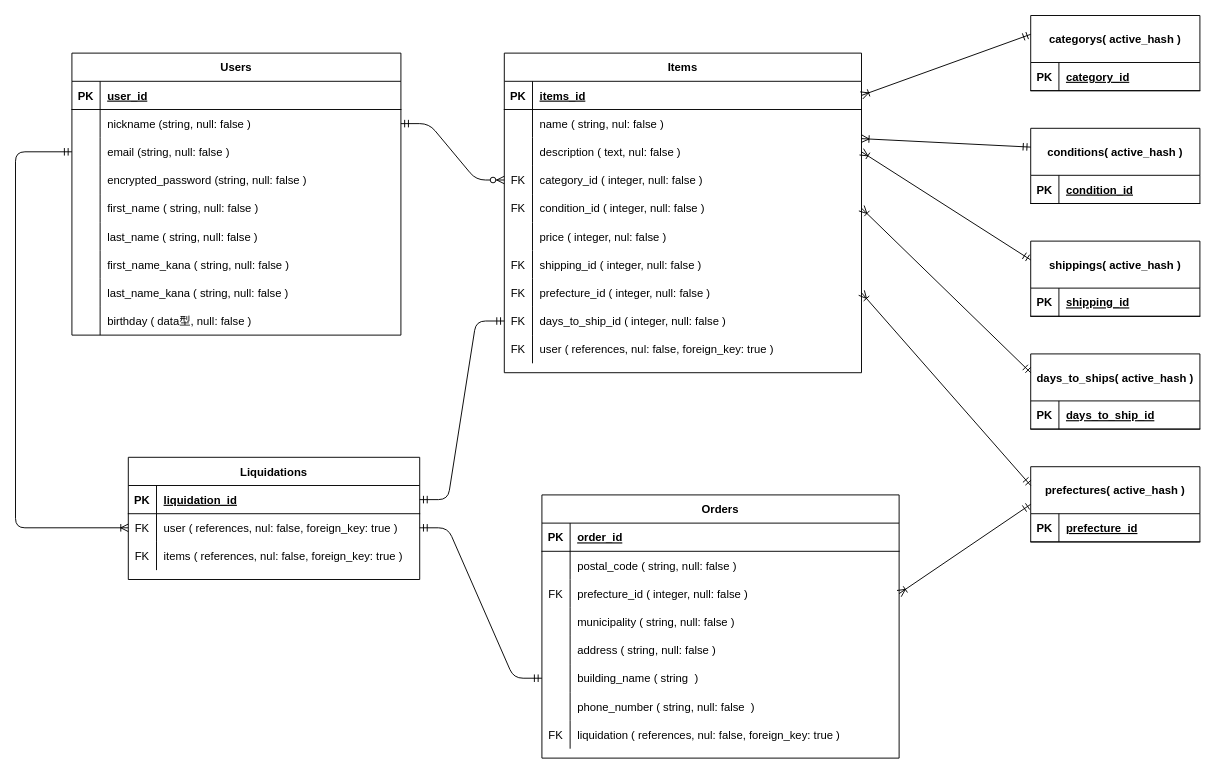
Earlier version of the draw.io diagram ER.dio (kemi-t/furima-31687). Source tidied: cells renumbered, new cells numbered last; positions are measured from the earlier drawing's top-left corner, leaving out a move shared by most shapes. Both pictures are drawn from the tidied source at 94%, with x=0, y=0 at pixel (15, 15).
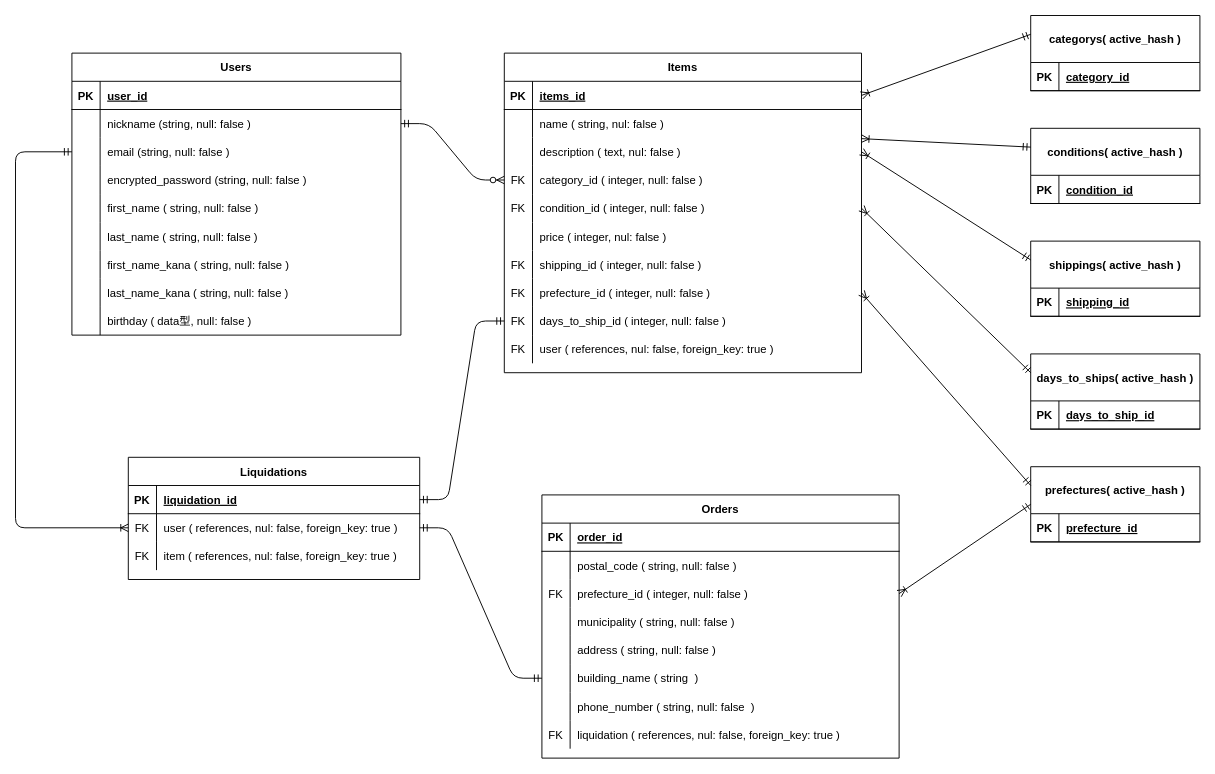
Above is the later version.

Commit message:
ER図チョイ修正

Unchanged cells that the change refers to:
```xml
<mxCell id="96" style="shape=partialRectangle;fillColor=none;top=0;left=0;bottom=0;right=0;" parent="89" vertex="1">
  <mxGeometry y="90" width="310" height="30" as="geometry" />
</mxCell>
```

Change to the diagram source:
```diff
@@
-    <mxCell id="98" value="items ( references, nul: false, foreign_key: true )" style="shape=partialRectangle;fillColor=none;top=0;left=0;bottom=0;right=0;align=left;spacingLeft=6;overflow=hidden;" parent="96" vertex="1">
+    <mxCell id="98" value="item ( references, nul: false, foreign_key: true )" style="shape=partialRectangle;fillColor=none;top=0;left=0;bottom=0;right=0;align=left;spacingLeft=6;overflow=hidden;" parent="96" vertex="1">
       <mxGeometry x="30" width="280" height="30" as="geometry" />
     </mxCell>
```
